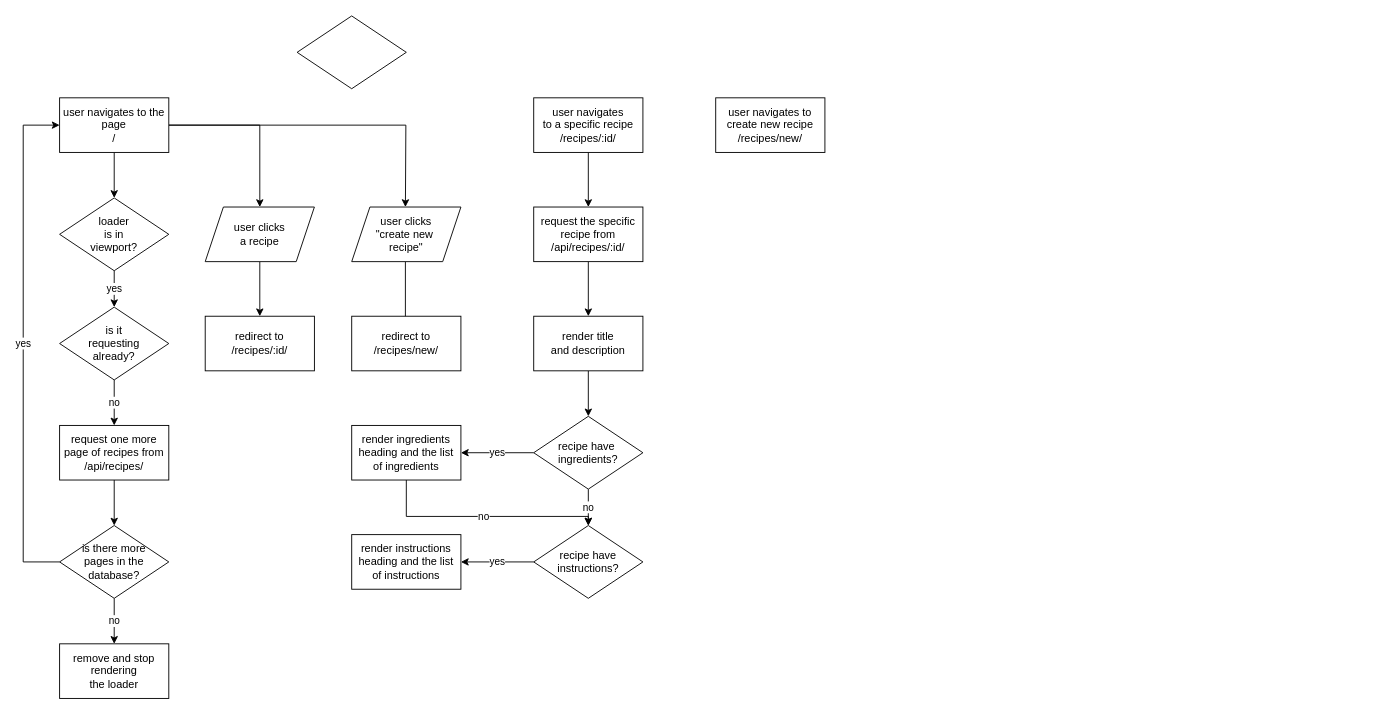
EliasEriksson/miun keeps this draw.io diagram as webbutveckling/JavascriptbaseradWebbutveckling/Moment5/siteFlow.drawio. Above is the earlier version. Source tidied: cells renumbered, new cells numbered last; positions are measured from the earlier drawing's top-left corner, leaving out a move shared by most shapes. Both pictures are drawn from the tidied source at 91%, with x=0, y=0 at pixel (23, 15).
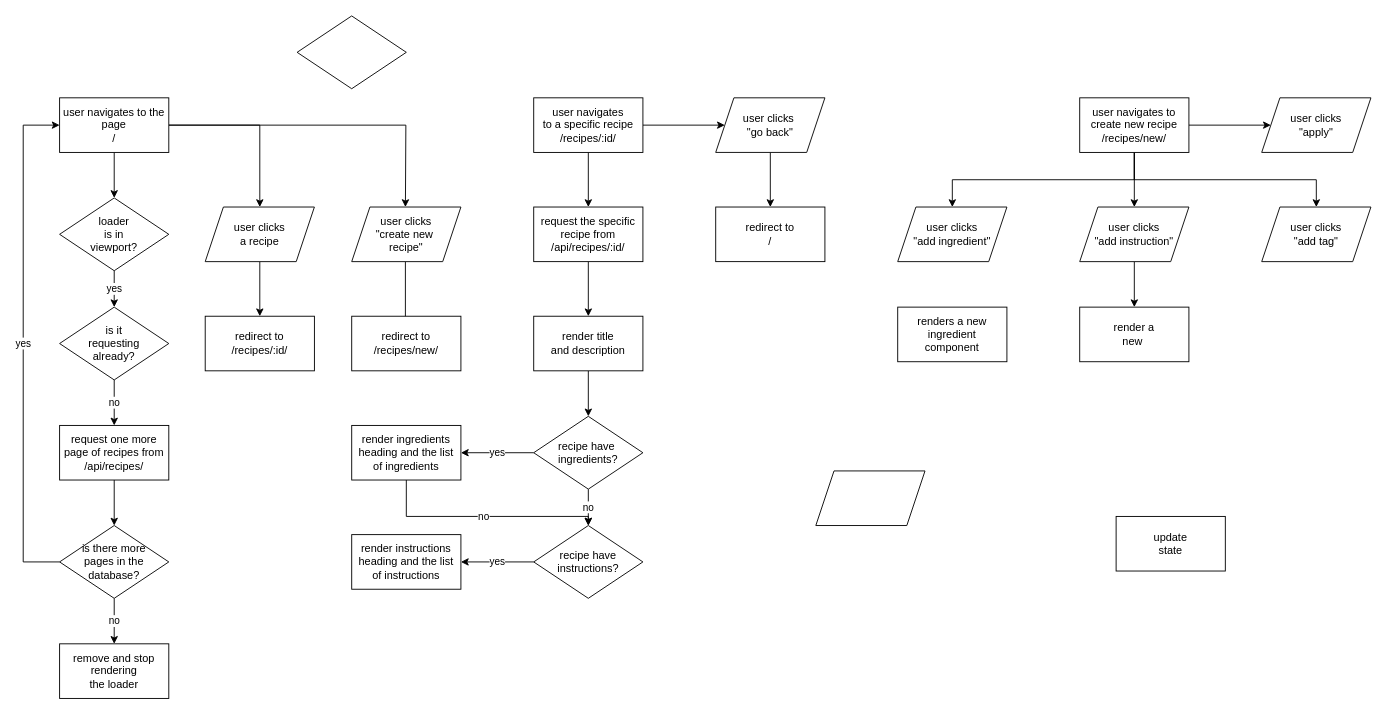
The same diagram, later.

Unchanged cells that the change refers to:
```xml
<mxCell id="24" value="user navigates&lt;br&gt;to a specific recipe&lt;br&gt;/recipes/:id/" style="rounded=0;whiteSpace=wrap;html=1;" parent="1" vertex="1">
  <mxGeometry x="561" y="90" width="120" height="60" as="geometry" />
</mxCell>
```

Change to the diagram source:
```diff
@@
+    <mxCell id="38" style="edgeStyle=orthogonalEdgeStyle;rounded=0;jettySize=auto;html=1;" parent="1" edge="1" source="24" target="44">
+      <mxGeometry relative="1" as="geometry" />
+    </mxCell>
@@
+    <mxCell id="39" style="edgeStyle=orthogonalEdgeStyle;rounded=0;jettySize=auto;html=1;" parent="1" edge="1" source="37" target="49">
+      <mxGeometry relative="1" as="geometry">
+        <Array as="points">
+          <mxPoint x="1221" y="180" />
+          <mxPoint x="1421" y="180" />
+        </Array>
+      </mxGeometry>
+    </mxCell>
+    <mxCell id="40" style="edgeStyle=orthogonalEdgeStyle;rounded=0;jettySize=auto;html=1;" parent="1" edge="1" source="37" target="48">
+      <mxGeometry relative="1" as="geometry" />
+    </mxCell>
+    <mxCell id="41" style="edgeStyle=orthogonalEdgeStyle;rounded=0;jettySize=auto;html=1;" parent="1" edge="1" source="37" target="46">
+      <mxGeometry relative="1" as="geometry">
+        <Array as="points">
+          <mxPoint x="1221" y="180" />
+          <mxPoint x="1021" y="180" />
+        </Array>
+      </mxGeometry>
+    </mxCell>
+    <mxCell id="42" style="edgeStyle=orthogonalEdgeStyle;rounded=0;jettySize=auto;html=1;" parent="1" edge="1" source="37" target="50">
+      <mxGeometry relative="1" as="geometry" />
+    </mxCell>
     <mxCell id="37" value="user navigates to&lt;br&gt;create new recipe&lt;br&gt;/recipes/new/" style="rounded=0;whiteSpace=wrap;html=1;" parent="1" vertex="1">
-      <mxGeometry x="761" y="90" width="120" height="60" as="geometry" />
+      <mxGeometry x="1161" y="90" width="120" height="60" as="geometry" />
     </mxCell>
+    <mxCell id="43" style="edgeStyle=orthogonalEdgeStyle;rounded=0;jettySize=auto;html=1;" parent="1" edge="1" source="44" target="45">
+      <mxGeometry relative="1" as="geometry" />
+    </mxCell>
+    <mxCell id="44" value="user clicks&amp;nbsp;&lt;br&gt;&quot;go back&quot;" style="shape=parallelogram;perimeter=parallelogramPerimeter;whiteSpace=wrap;html=1;fixedSize=1;" parent="1" vertex="1">
+      <mxGeometry x="761" y="90" width="120" height="60" as="geometry" />
+    </mxCell>
+    <mxCell id="45" value="redirect to&lt;br&gt;/" style="rounded=0;whiteSpace=wrap;html=1;" parent="1" vertex="1">
+      <mxGeometry x="761" y="210" width="120" height="60" as="geometry" />
+    </mxCell>
+    <mxCell id="46" value="user clicks&lt;br&gt;&quot;add ingredient&quot;" style="shape=parallelogram;perimeter=parallelogramPerimeter;whiteSpace=wrap;html=1;fixedSize=1;" parent="1" vertex="1">
+      <mxGeometry x="961" y="210" width="120" height="60" as="geometry" />
+    </mxCell>
+    <mxCell id="47" style="edgeStyle=orthogonalEdgeStyle;rounded=0;jettySize=auto;html=1;" parent="1" edge="1" source="48" target="54">
+      <mxGeometry relative="1" as="geometry" />
+    </mxCell>
+    <mxCell id="48" value="user clicks&lt;br&gt;&quot;add instruction&quot;" style="shape=parallelogram;perimeter=parallelogramPerimeter;whiteSpace=wrap;html=1;fixedSize=1;" parent="1" vertex="1">
+      <mxGeometry x="1161" y="210" width="120" height="60" as="geometry" />
+    </mxCell>
+    <mxCell id="49" value="user clicks&lt;br&gt;&quot;add tag&quot;" style="shape=parallelogram;perimeter=parallelogramPerimeter;whiteSpace=wrap;html=1;fixedSize=1;" parent="1" vertex="1">
+      <mxGeometry x="1361" y="210" width="120" height="60" as="geometry" />
+    </mxCell>
+    <mxCell id="50" value="user clicks&lt;br&gt;&quot;apply&quot;" style="shape=parallelogram;perimeter=parallelogramPerimeter;whiteSpace=wrap;html=1;fixedSize=1;" parent="1" vertex="1">
+      <mxGeometry x="1361" y="90" width="120" height="60" as="geometry" />
+    </mxCell>
+    <mxCell id="51" value="renders a new&lt;br&gt;ingredient&lt;br&gt;component" style="rounded=0;whiteSpace=wrap;html=1;" parent="1" vertex="1">
+      <mxGeometry x="961" y="320" width="120" height="60" as="geometry" />
+    </mxCell>
+    <mxCell id="52" style="shape=parallelogram;perimeter=parallelogramPerimeter;whiteSpace=wrap;html=1;fixedSize=1;" parent="1" vertex="1">
+      <mxGeometry x="871" y="500" width="120" height="60" as="geometry" />
+    </mxCell>
+    <mxCell id="53" value="update&lt;br&gt;state" style="rounded=0;whiteSpace=wrap;html=1;" parent="1" vertex="1">
+      <mxGeometry x="1201" y="550" width="120" height="60" as="geometry" />
+    </mxCell>
+    <mxCell id="54" value="render a&lt;br&gt;new&amp;nbsp;" style="whiteSpace=wrap;html=1;" parent="1" vertex="1">
+      <mxGeometry x="1161" y="320" width="120" height="60" as="geometry" />
+    </mxCell>
```
